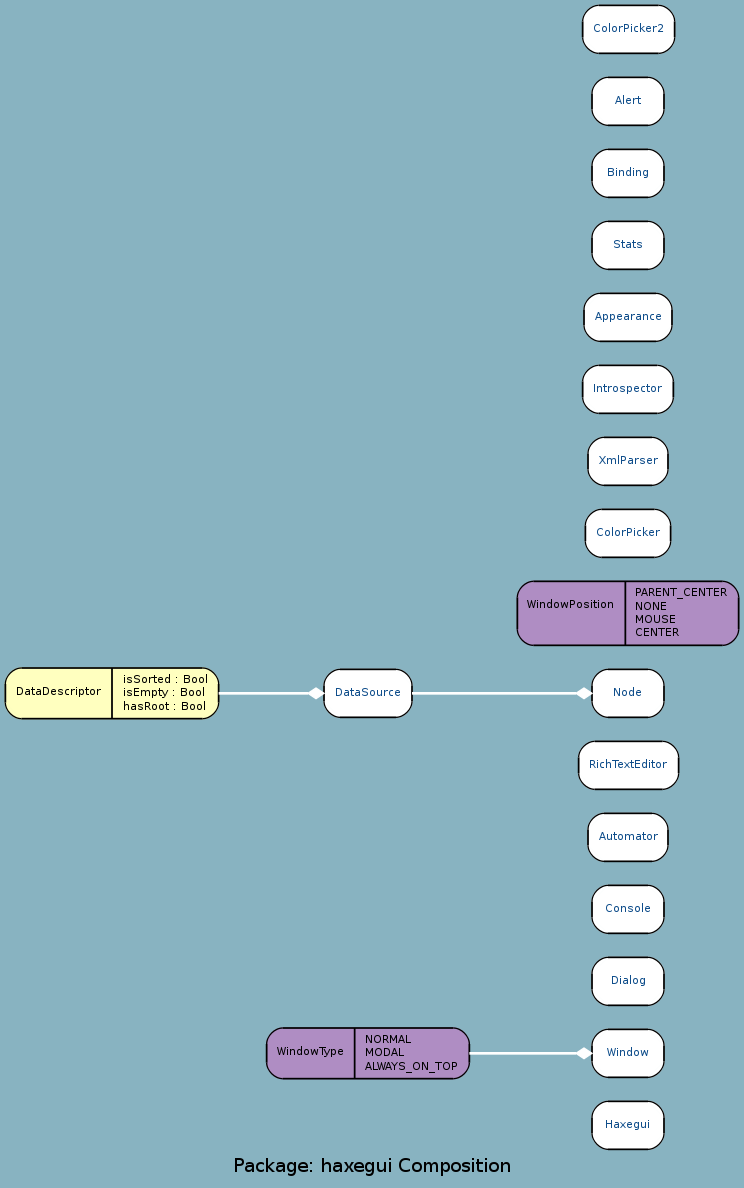
Above: docs/uml/haxegui_C.png in google-code-export/haxegui (Graphviz), before the change. Its source is kept beside it as docs/uml/haxegui_C.dot.
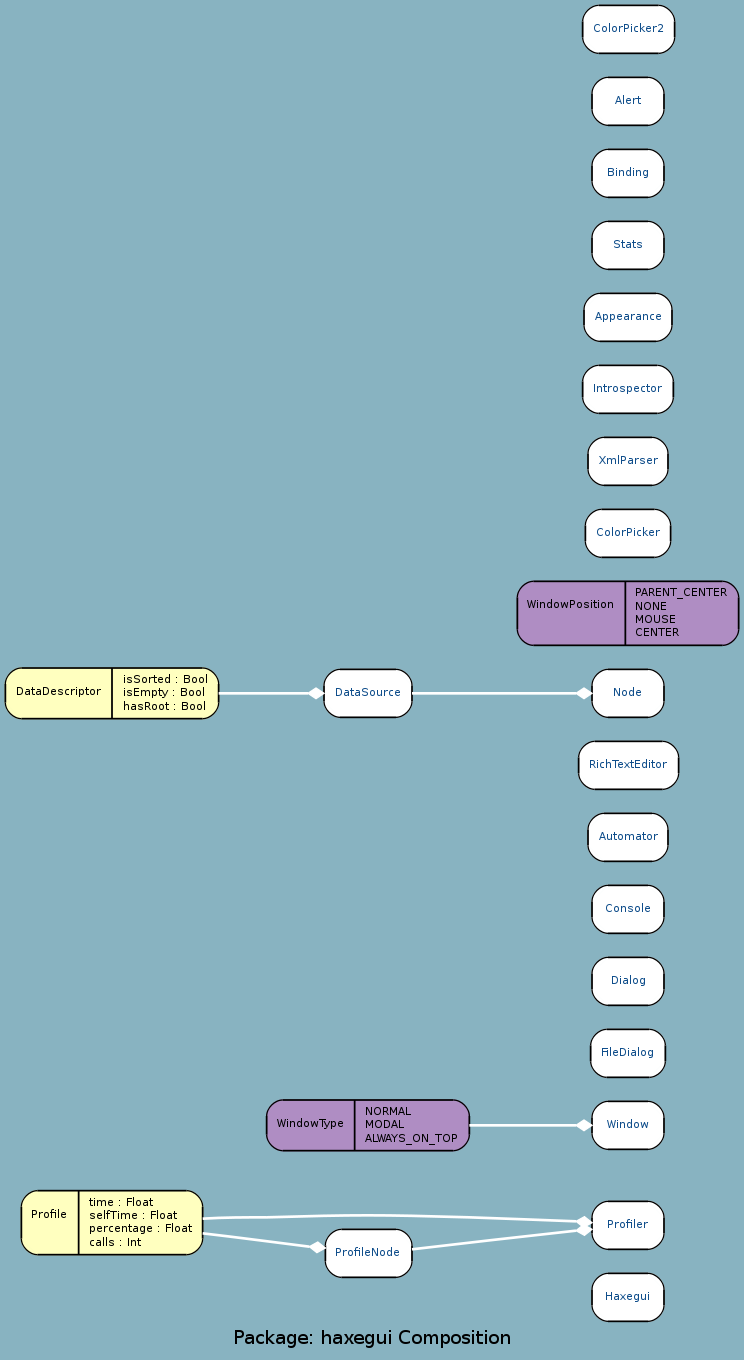
After the commit.

Diff of the diagram source:
```diff
@@ -3,27 +3,34 @@
 	node [label="\N", fontname="DejaVu Sans Condenesed", fontsize=8, shape=record, color=black, fontcolor=black];
 	edge [fontname="DejaVu Sans Condenesed", fontsize=8, color=black, fontcolor=black];
 	graph [lp="275,12",
-		bb="0,0,550,883"];
+		bb="0,0,550,1012"];
 	"haxegui.Haxegui" [label="{\nHaxegui}", fontcolor="#104E8B", style="rounded,filled", fillcolor=white, URL="../types/haxegui/Haxegui.html", tooltip="\nHaxegui", pos="467,43", rects="440,25,494,61", width="0.75", height="0.50"];
-	"haxegui.Window" [label="{\nWindow}", fontcolor="#104E8B", style="rounded,filled", fillcolor=white, URL="../types/haxegui/Window.html", tooltip="\nWindow", pos="467,97", rects="440,79,494,115", width="0.75", height="0.50"];
-	"haxegui.WindowType" [label="{\nWindowType|NORMAL\lMODAL\lALWAYS_ON_TOP\l}", style="rounded,filled", fillcolor="#af8dc3", pos="272,97", rects="196,78,262,116 262,78,348,116", width="2.11", height="0.53"];
-	"haxegui.Dialog" [label="{\nDialog}", fontcolor="#104E8B", style="rounded,filled", fillcolor=white, URL="../types/haxegui/Dialog.html", tooltip="\nDialog", pos="467,151", rects="440,133,494,169", width="0.75", height="0.50"];
-	"haxegui.Console" [label="{\nConsole}", fontcolor="#104E8B", style="rounded,filled", fillcolor=white, URL="../types/haxegui/Console.html", tooltip="\nConsole", pos="467,205", rects="440,187,494,223", width="0.75", height="0.50"];
-	"haxegui.Automator" [label="{\nAutomator}", fontcolor="#104E8B", style="rounded,filled", fillcolor=white, URL="../types/haxegui/Automator.html", tooltip="\nAutomator", pos="467,259", rects="437,241,497,277", width="0.83", height="0.50"];
-	"haxegui.RichTextEditor" [label="{\nRichTextEditor}", fontcolor="#104E8B", style="rounded,filled", fillcolor=white, URL="../types/haxegui/RichTextEditor.html", tooltip="\nRichTextEditor", pos="467,313", rects="430,295,505,331", width="1.03", height="0.50"];
-	"haxegui.DataDescriptor" [label="{\nDataDescriptor|isSorted : Bool\lisEmpty : Bool\lhasRoot : Bool\l}", style="rounded,filled", fillcolor="#ffffbf", pos="80,367", rects="0,348,80,386 80,348,160,386", width="2.22", height="0.53"];
-	"haxegui.DataSource" [label="{\nDataSource}", fontcolor="#104E8B", style="rounded,filled", fillcolor=white, URL="../types/haxegui/DataSource.html", tooltip="\nDataSource", pos="272,367", rects="239,349,305,385", width="0.92", height="0.50"];
-	"haxegui.WindowPosition" [label="{\nWindowPosition|PARENT_CENTER\lNONE\lMOUSE\lCENTER\l}", style="rounded,filled", fillcolor="#af8dc3", pos="467,427", rects="384,403,465,451 465,403,550,451", width="2.31", height="0.67"];
-	"haxegui.ColorPicker" [label="{\nColorPicker}", fontcolor="#104E8B", style="rounded,filled", fillcolor=white, URL="../types/haxegui/ColorPicker.html", tooltip="\nColorPicker", pos="467,487", rects="435,469,499,505", width="0.89", height="0.50"];
-	"haxegui.XmlParser" [label="{\nXmlParser}", fontcolor="#104E8B", style="rounded,filled", fillcolor=white, URL="../types/haxegui/XmlParser.html", tooltip="\nXmlParser", pos="467,541", rects="437,523,497,559", width="0.83", height="0.50"];
-	"haxegui.Node" [label="{\nNode}", fontcolor="#104E8B", style="rounded,filled", fillcolor=white, URL="../types/haxegui/Node.html", tooltip="\nNode", pos="467,367", rects="440,349,494,385", width="0.75", height="0.50"];
-	"haxegui.Introspector" [label="{\nIntrospector}", fontcolor="#104E8B", style="rounded,filled", fillcolor=white, URL="../types/haxegui/Introspector.html", tooltip="\nIntrospector", pos="467,595", rects="433,577,501,613", width="0.94", height="0.50"];
-	"haxegui.Appearance" [label="{\nAppearance}", fontcolor="#104E8B", style="rounded,filled", fillcolor=white, URL="../types/haxegui/Appearance.html", tooltip="\nAppearance", pos="467,649", rects="434,631,500,667", width="0.92", height="0.50"];
-	"haxegui.Stats" [label="{\nStats}", fontcolor="#104E8B", style="rounded,filled", fillcolor=white, URL="../types/haxegui/Stats.html", tooltip="\nStats", pos="467,703", rects="440,685,494,721", width="0.75", height="0.50"];
-	"haxegui.Binding" [label="{\nBinding}", fontcolor="#104E8B", style="rounded,filled", fillcolor=white, URL="../types/haxegui/Binding.html", tooltip="\nBinding", pos="467,757", rects="440,739,494,775", width="0.75", height="0.50"];
-	"haxegui.Alert" [label="{\nAlert}", fontcolor="#104E8B", style="rounded,filled", fillcolor=white, URL="../types/haxegui/Alert.html", tooltip="\nAlert", pos="467,811", rects="440,793,494,829", width="0.75", height="0.50"];
-	"haxegui.ColorPicker2" [label="{\nColorPicker2}", fontcolor="#104E8B", style="rounded,filled", fillcolor=white, URL="../types/haxegui/ColorPicker2.html", tooltip="\nColorPicker2", pos="467,865", rects="433,847,502,883", width="0.94", height="0.50"];
-	"haxegui.Window" -> "haxegui.WindowType" [color=white, style=bold, arrowhead=none, arrowtail=diamond, arrowsize=1, pos="s,440,97 428,97 405,97 376,97 348,97"];
-	"haxegui.DataSource" -> "haxegui.DataDescriptor" [color=white, style=bold, arrowhead=none, arrowtail=diamond, arrowsize=1, pos="s,239,367 227,367 207,367 183,367 160,367"];
-	"haxegui.Node" -> "haxegui.DataSource" [color=white, style=bold, arrowhead=none, arrowtail=diamond, arrowsize=1, pos="s,440,367 428,367 391,367 339,367 305,367"];
+	"haxegui.Profile" [label="{\nProfile|time : Float\lselfTime : Float\lpercentage : Float\lcalls : Int\l}", style="rounded,filled", fillcolor="#ffffbf", pos="80,99", rects="12,75,55,123 55,75,148,123", width="1.89", height="0.67"];
+	"haxegui.ProfileNode" [label="{\nProfileNode}", fontcolor="#104E8B", style="rounded,filled", fillcolor=white, URL="../types/haxegui/ProfileNode.html", tooltip="\nProfileNode", pos="272,76", rects="240,58,305,94", width="0.89", height="0.50"];
+	"haxegui.Profiler" [label="{\nProfiler}", fontcolor="#104E8B", style="rounded,filled", fillcolor=white, URL="../types/haxegui/Profiler.html", tooltip="\nProfiler", pos="467,97", rects="440,79,494,115", width="0.75", height="0.50"];
+	"haxegui.Window" [label="{\nWindow}", fontcolor="#104E8B", style="rounded,filled", fillcolor=white, URL="../types/haxegui/Window.html", tooltip="\nWindow", pos="467,172", rects="440,154,494,190", width="0.75", height="0.50"];
+	"haxegui.WindowType" [label="{\nWindowType|NORMAL\lMODAL\lALWAYS_ON_TOP\l}", style="rounded,filled", fillcolor="#af8dc3", pos="272,172", rects="196,153,262,191 262,153,348,191", width="2.11", height="0.53"];
+	"haxegui.FileDialog" [label="{\nFileDialog}", fontcolor="#104E8B", style="rounded,filled", fillcolor=white, URL="../types/haxegui/FileDialog.html", tooltip="\nFileDialog", pos="467,226", rects="439,208,495,244", width="0.78", height="0.50"];
+	"haxegui.Dialog" [label="{\nDialog}", fontcolor="#104E8B", style="rounded,filled", fillcolor=white, URL="../types/haxegui/Dialog.html", tooltip="\nDialog", pos="467,280", rects="440,262,494,298", width="0.75", height="0.50"];
+	"haxegui.Console" [label="{\nConsole}", fontcolor="#104E8B", style="rounded,filled", fillcolor=white, URL="../types/haxegui/Console.html", tooltip="\nConsole", pos="467,334", rects="440,316,494,352", width="0.75", height="0.50"];
+	"haxegui.Automator" [label="{\nAutomator}", fontcolor="#104E8B", style="rounded,filled", fillcolor=white, URL="../types/haxegui/Automator.html", tooltip="\nAutomator", pos="467,388", rects="437,370,497,406", width="0.83", height="0.50"];
+	"haxegui.RichTextEditor" [label="{\nRichTextEditor}", fontcolor="#104E8B", style="rounded,filled", fillcolor=white, URL="../types/haxegui/RichTextEditor.html", tooltip="\nRichTextEditor", pos="467,442", rects="430,424,505,460", width="1.03", height="0.50"];
+	"haxegui.DataDescriptor" [label="{\nDataDescriptor|isSorted : Bool\lisEmpty : Bool\lhasRoot : Bool\l}", style="rounded,filled", fillcolor="#ffffbf", pos="80,496", rects="0,477,80,515 80,477,160,515", width="2.22", height="0.53"];
+	"haxegui.DataSource" [label="{\nDataSource}", fontcolor="#104E8B", style="rounded,filled", fillcolor=white, URL="../types/haxegui/DataSource.html", tooltip="\nDataSource", pos="272,496", rects="239,478,305,514", width="0.92", height="0.50"];
+	"haxegui.WindowPosition" [label="{\nWindowPosition|PARENT_CENTER\lNONE\lMOUSE\lCENTER\l}", style="rounded,filled", fillcolor="#af8dc3", pos="467,556", rects="384,532,465,580 465,532,550,580", width="2.31", height="0.67"];
+	"haxegui.ColorPicker" [label="{\nColorPicker}", fontcolor="#104E8B", style="rounded,filled", fillcolor=white, URL="../types/haxegui/ColorPicker.html", tooltip="\nColorPicker", pos="467,616", rects="435,598,499,634", width="0.89", height="0.50"];
+	"haxegui.XmlParser" [label="{\nXmlParser}", fontcolor="#104E8B", style="rounded,filled", fillcolor=white, URL="../types/haxegui/XmlParser.html", tooltip="\nXmlParser", pos="467,670", rects="437,652,497,688", width="0.83", height="0.50"];
+	"haxegui.Node" [label="{\nNode}", fontcolor="#104E8B", style="rounded,filled", fillcolor=white, URL="../types/haxegui/Node.html", tooltip="\nNode", pos="467,496", rects="440,478,494,514", width="0.75", height="0.50"];
+	"haxegui.Introspector" [label="{\nIntrospector}", fontcolor="#104E8B", style="rounded,filled", fillcolor=white, URL="../types/haxegui/Introspector.html", tooltip="\nIntrospector", pos="467,724", rects="433,706,501,742", width="0.94", height="0.50"];
+	"haxegui.Appearance" [label="{\nAppearance}", fontcolor="#104E8B", style="rounded,filled", fillcolor=white, URL="../types/haxegui/Appearance.html", tooltip="\nAppearance", pos="467,778", rects="434,760,500,796", width="0.92", height="0.50"];
+	"haxegui.Stats" [label="{\nStats}", fontcolor="#104E8B", style="rounded,filled", fillcolor=white, URL="../types/haxegui/Stats.html", tooltip="\nStats", pos="467,832", rects="440,814,494,850", width="0.75", height="0.50"];
+	"haxegui.Binding" [label="{\nBinding}", fontcolor="#104E8B", style="rounded,filled", fillcolor=white, URL="../types/haxegui/Binding.html", tooltip="\nBinding", pos="467,886", rects="440,868,494,904", width="0.75", height="0.50"];
+	"haxegui.Alert" [label="{\nAlert}", fontcolor="#104E8B", style="rounded,filled", fillcolor=white, URL="../types/haxegui/Alert.html", tooltip="\nAlert", pos="467,940", rects="440,922,494,958", width="0.75", height="0.50"];
+	"haxegui.ColorPicker2" [label="{\nColorPicker2}", fontcolor="#104E8B", style="rounded,filled", fillcolor=white, URL="../types/haxegui/ColorPicker2.html", tooltip="\nColorPicker2", pos="467,994", rects="433,976,502,1012", width="0.94", height="0.50"];
+	"haxegui.ProfileNode" -> "haxegui.Profile" [color=white, style=bold, arrowhead=none, arrowtail=diamond, arrowsize=1, pos="s,240,80 228,81 204,84 174,88 148,91"];
+	"haxegui.Profiler" -> "haxegui.ProfileNode" [color=white, style=bold, arrowhead=none, arrowtail=diamond, arrowsize=1, pos="s,440,94 428,93 391,89 339,83 305,79"];
+	"haxegui.Profiler" -> "haxegui.Profile" [color=white, style=bold, arrowhead=none, arrowtail=diamond, arrowsize=1, pos="s,440,99 428,100 405,101 374,102 348,103 280,105 263,105 196,103 180,103 164,103 148,102"];
+	"haxegui.Window" -> "haxegui.WindowType" [color=white, style=bold, arrowhead=none, arrowtail=diamond, arrowsize=1, pos="s,440,172 428,172 405,172 376,172 348,172"];
+	"haxegui.DataSource" -> "haxegui.DataDescriptor" [color=white, style=bold, arrowhead=none, arrowtail=diamond, arrowsize=1, pos="s,239,496 227,496 207,496 183,496 160,496"];
+	"haxegui.Node" -> "haxegui.DataSource" [color=white, style=bold, arrowhead=none, arrowtail=diamond, arrowsize=1, pos="s,440,496 428,496 391,496 339,496 305,496"];
 }
```
